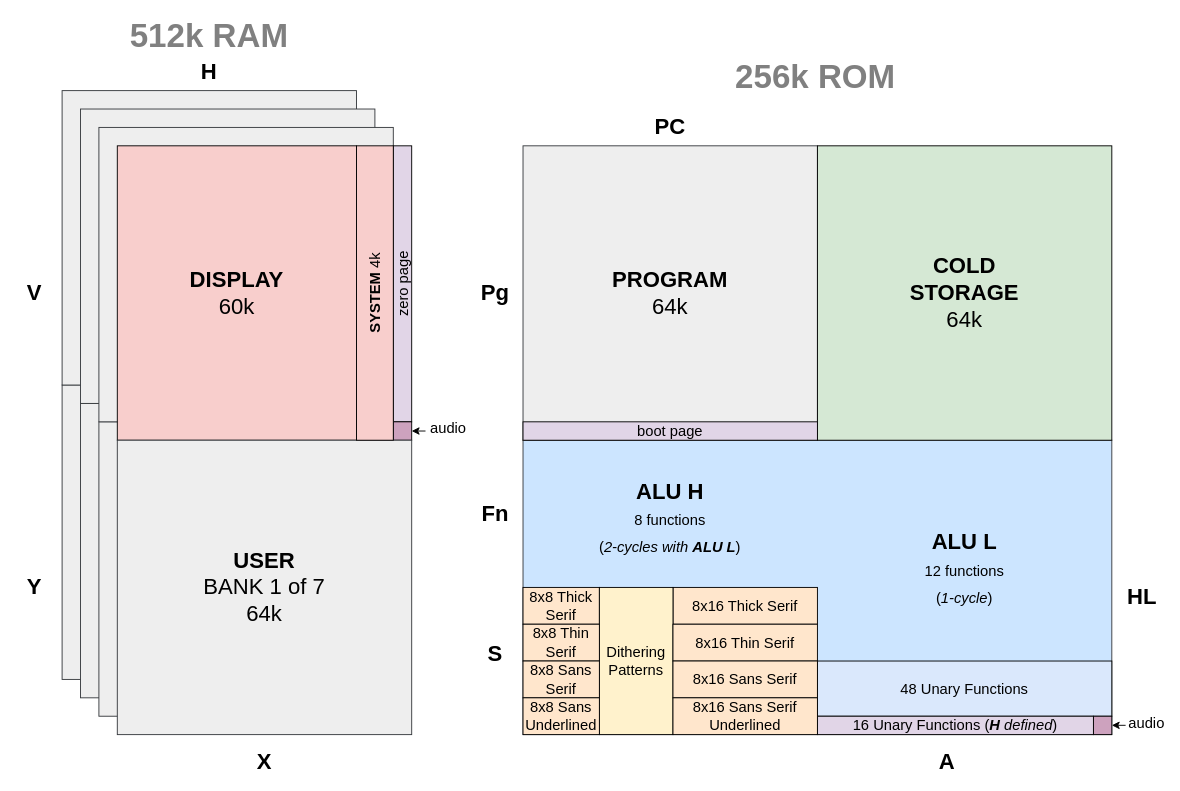
Before: docs/memory-map.drawio in ajhewitt/novasaur, a draw.io diagram. Source tidied: cells renumbered, new cells numbered last; positions are measured from the earlier drawing's top-left corner, leaving out a move shared by most shapes. Both pictures are drawn from the tidied source at 92%, with x=0, y=0 at pixel (16, 26).
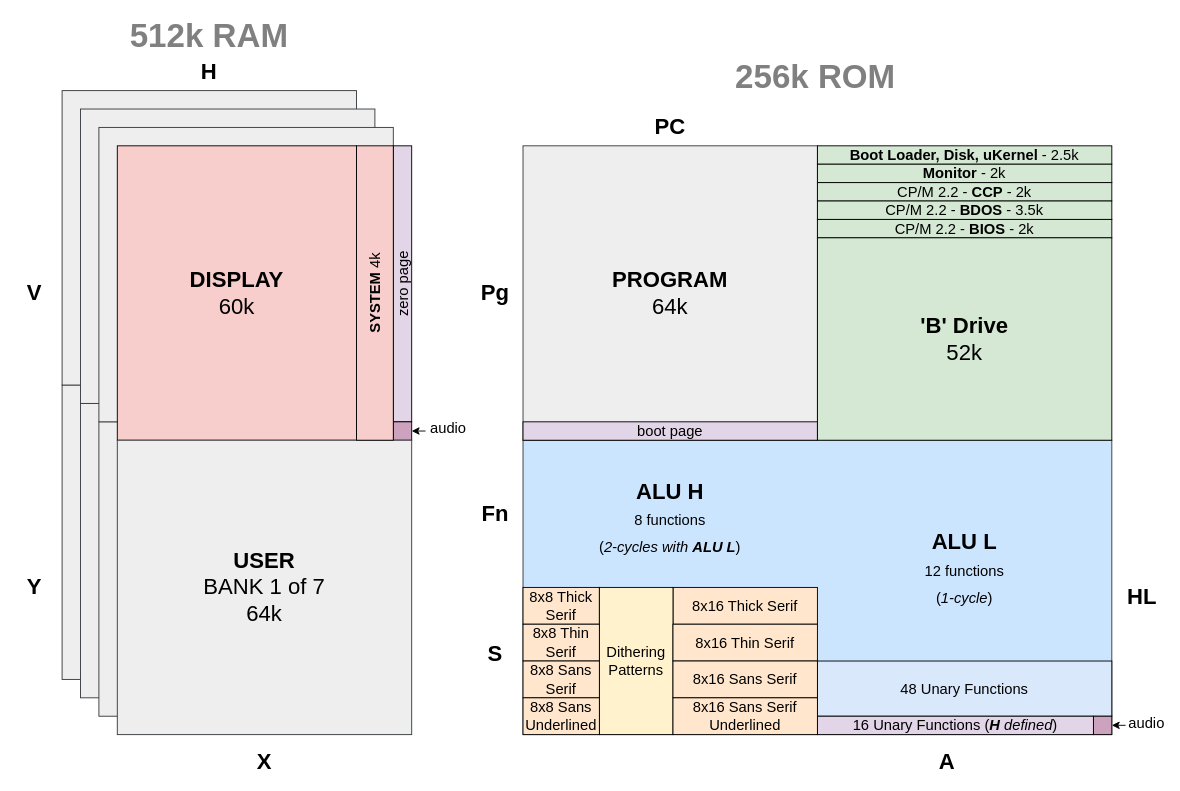
The same diagram, later.

Commit message (it also covers changes not shown here):
tweak schematic; new doc

The edit, as a diff of the source:
```diff
@@
-    <mxCell id="10" value="&lt;span style=&quot;font-size: 24px&quot;&gt;&lt;b&gt;COLD&lt;br&gt;STORAGE&lt;br&gt;&lt;/b&gt;64k&lt;/span&gt;" style="whiteSpace=wrap;html=1;fillColor=#d5e8d4;strokeColor=#000000;" parent="1" vertex="1">
-      <mxGeometry x="871" y="130" width="320" height="320" as="geometry" />
-    </mxCell>
@@
+    <mxCell id="47" value="&lt;b&gt;Boot Loader, Disk, uKernel&lt;/b&gt;&amp;nbsp;- 2.5k" style="rounded=0;whiteSpace=wrap;html=1;fontSize=16;fillColor=#d5e8d4;strokeColor=#000000;" parent="1" vertex="1">
+      <mxGeometry x="871" y="130" width="320" height="20" as="geometry" />
+    </mxCell>
+    <mxCell id="48" value="&lt;b&gt;Monitor&lt;/b&gt; - 2k" style="rounded=0;whiteSpace=wrap;html=1;fontSize=16;fillColor=#d5e8d4;strokeColor=#000000;" parent="1" vertex="1">
+      <mxGeometry x="871" y="150" width="320" height="20" as="geometry" />
+    </mxCell>
+    <mxCell id="49" value="CP/M 2.2 - &lt;b&gt;CCP&lt;/b&gt; - 2k" style="rounded=0;whiteSpace=wrap;html=1;fontSize=16;fillColor=#d5e8d4;strokeColor=#000000;" parent="1" vertex="1">
+      <mxGeometry x="871" y="170" width="320" height="20" as="geometry" />
+    </mxCell>
+    <mxCell id="50" value="CP/M 2.2 - &lt;b&gt;BDOS&lt;/b&gt; - 3.5k" style="rounded=0;whiteSpace=wrap;html=1;fontSize=16;fillColor=#d5e8d4;strokeColor=#000000;" parent="1" vertex="1">
+      <mxGeometry x="871" y="190" width="320" height="20" as="geometry" />
+    </mxCell>
+    <mxCell id="51" value="CP/M 2.2 - &lt;b&gt;BIOS&lt;/b&gt; - 2k" style="rounded=0;whiteSpace=wrap;html=1;fontSize=16;fillColor=#d5e8d4;strokeColor=#000000;" parent="1" vertex="1">
+      <mxGeometry x="871" y="210" width="320" height="20" as="geometry" />
+    </mxCell>
+    <mxCell id="52" value="&lt;font style=&quot;font-size: 24px&quot;&gt;&lt;b&gt;'B' Drive&lt;/b&gt;&lt;br&gt;52k&lt;/font&gt;" style="rounded=0;whiteSpace=wrap;html=1;fontSize=16;fillColor=#d5e8d4;strokeColor=#000000;" parent="1" vertex="1">
+      <mxGeometry x="871" y="230" width="320" height="220" as="geometry" />
+    </mxCell>
```
